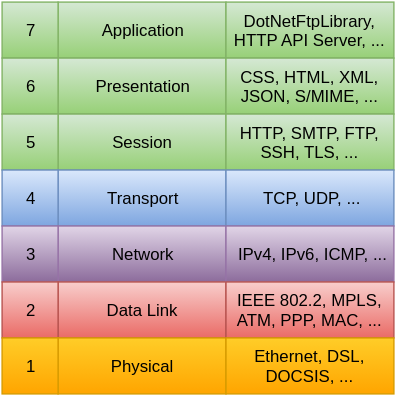
fladi/campus02-nowa-prg3 keeps this draw.io diagram as figures/osi-layer.svg. Above is the earlier version. Source tidied: cells renumbered, new cells last; positions are measured from the earlier drawing's top-left corner, leaving out a move shared by most shapes.
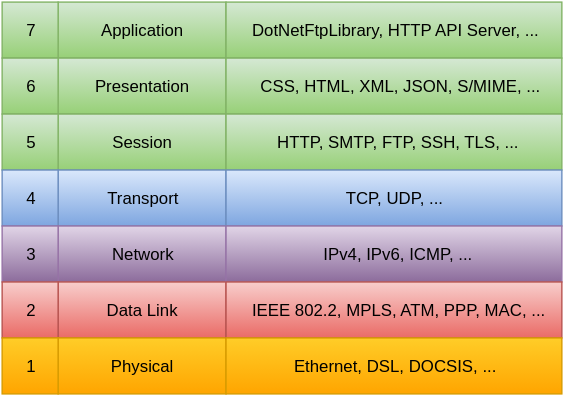
Above is the later version.

Change to the diagram source:
```diff
@@ -32,7 +32,7 @@
     <mxCell id="11" value="3" style="whiteSpace=wrap;html=1;plain-purple;" parent="1" vertex="1">
       <mxGeometry y="160" width="40" height="40" as="geometry" />
     </mxCell>
-    <mxCell id="12" value="Data Link&lt;br&gt;" style="whiteSpace=wrap;html=1;plain-red;" parent="1" vertex="1">
+    <mxCell id="12" value="Data Link" style="whiteSpace=wrap;html=1;plain-red;" parent="1" vertex="1">
       <mxGeometry x="40" y="200" width="120" height="40" as="geometry" />
     </mxCell>
     <mxCell id="13" value="2" style="whiteSpace=wrap;html=1;plain-red;" parent="1" vertex="1">
@@ -44,26 +44,26 @@
     <mxCell id="15" value="1" style="whiteSpace=wrap;html=1;plain-orange;" parent="1" vertex="1">
       <mxGeometry y="240" width="40" height="40" as="geometry" />
     </mxCell>
-    <mxCell id="16" value="DotNetFtpLibrary, HTTP API Server, ...&lt;br&gt;" style="whiteSpace=wrap;html=1;plain-green;" parent="1" vertex="1">
-      <mxGeometry x="160" width="120" height="40" as="geometry" />
+    <mxCell id="16" value="DotNetFtpLibrary, HTTP API Server, ..." style="whiteSpace=wrap;html=1;plain-green;" parent="1" vertex="1">
+      <mxGeometry x="160" width="240" height="40" as="geometry" />
     </mxCell>
-    <mxCell id="17" value="CSS, HTML, XML, JSON, S/MIME, ...&lt;br&gt;" style="whiteSpace=wrap;html=1;plain-green;" parent="1" vertex="1">
-      <mxGeometry x="160" y="40" width="120" height="40" as="geometry" />
+    <mxCell id="17" value="CSS, HTML, XML, JSON, S/MIME, ..." style="whiteSpace=wrap;html=1;plain-green;" parent="1" vertex="1">
+      <mxGeometry x="160" y="40" width="240" height="40" as="geometry" />
     </mxCell>
-    <mxCell id="18" value="HTTP, SMTP, FTP, SSH, TLS, ...&lt;br&gt;" style="whiteSpace=wrap;html=1;plain-green;" parent="1" vertex="1">
-      <mxGeometry x="160" y="80" width="120" height="40" as="geometry" />
+    <mxCell id="18" value="HTTP, SMTP, FTP, SSH, TLS, ..." style="whiteSpace=wrap;html=1;plain-green;" parent="1" vertex="1">
+      <mxGeometry x="160" y="80" width="240" height="40" as="geometry" />
     </mxCell>
-    <mxCell id="19" value="TCP, UDP, ...&lt;br&gt;" style="whiteSpace=wrap;html=1;plain-blue;" parent="1" vertex="1">
-      <mxGeometry x="160" y="120" width="120" height="40" as="geometry" />
+    <mxCell id="19" value="TCP, UDP, ..." style="whiteSpace=wrap;html=1;plain-blue;" parent="1" vertex="1">
+      <mxGeometry x="160" y="120" width="240" height="40" as="geometry" />
     </mxCell>
-    <mxCell id="20" value="IPv4, IPv6, ICMP, ...&lt;br&gt;" style="whiteSpace=wrap;html=1;plain-purple;" parent="1" vertex="1">
-      <mxGeometry x="160" y="160" width="120" height="40" as="geometry" />
+    <mxCell id="20" value="IPv4, IPv6, ICMP, ..." style="whiteSpace=wrap;html=1;plain-purple;" parent="1" vertex="1">
+      <mxGeometry x="160" y="160" width="240" height="40" as="geometry" />
     </mxCell>
-    <mxCell id="21" value="IEEE 802.2, MPLS, ATM, PPP, MAC, ...&lt;br&gt;" style="whiteSpace=wrap;html=1;plain-red;" parent="1" vertex="1">
-      <mxGeometry x="160" y="200" width="120" height="40" as="geometry" />
+    <mxCell id="21" value="IEEE 802.2, MPLS, ATM, PPP, MAC, ..." style="whiteSpace=wrap;html=1;plain-red;" parent="1" vertex="1">
+      <mxGeometry x="160" y="200" width="240" height="40" as="geometry" />
     </mxCell>
-    <mxCell id="22" value="Ethernet, DSL, DOCSIS, ...&lt;br&gt;" style="whiteSpace=wrap;html=1;plain-orange;" parent="1" vertex="1">
-      <mxGeometry x="160" y="240" width="120" height="40" as="geometry" />
+    <mxCell id="22" value="Ethernet, DSL, DOCSIS, ..." style="whiteSpace=wrap;html=1;plain-orange;" parent="1" vertex="1">
+      <mxGeometry x="160" y="240" width="240" height="40" as="geometry" />
     </mxCell>
   </root>
 </mxGraphModel>
```
